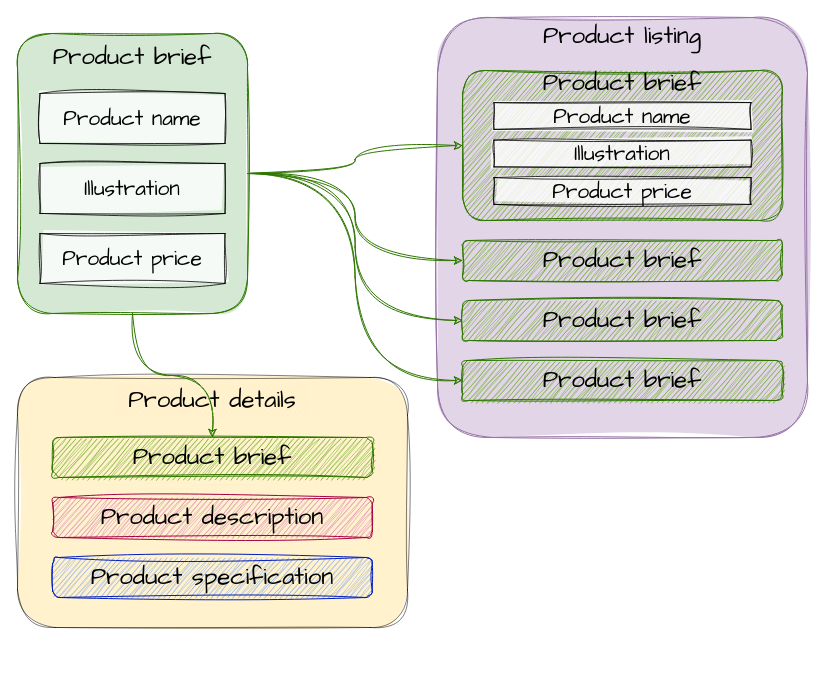
Earlier version of the draw.io diagram content_modeling/modular_content_product_info_example.drawio (Kontent-ai-Learn/kontent-ai-learn-diagrams). Source tidied: cells renumbered, new cells numbered last; positions are measured from the earlier drawing's top-left corner, leaving out a move shared by most shapes. Both pictures are drawn from the tidied source at 100%, with x=0, y=0 at pixel (17, 17).
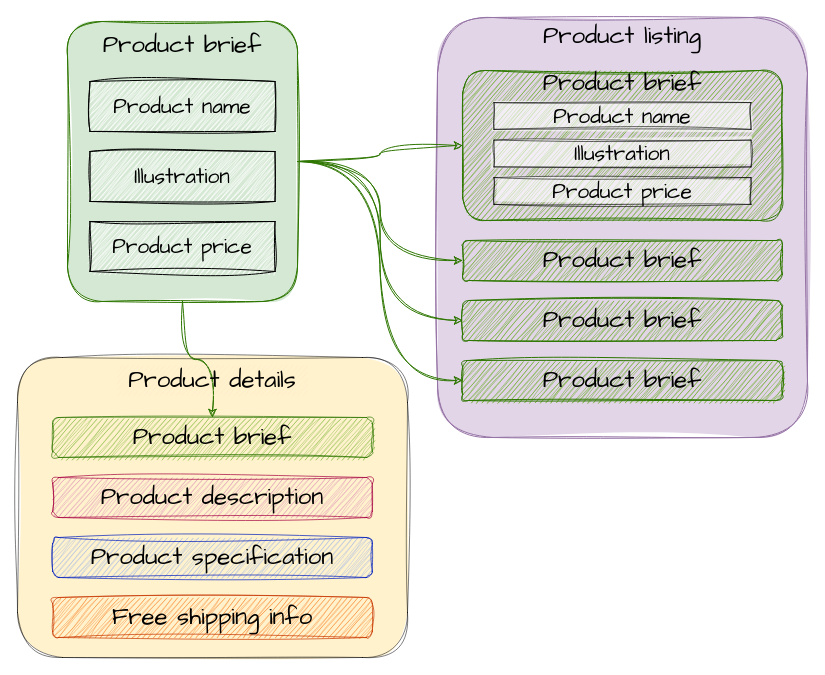
The same page after the edit.

The edit, as a diff of the source:
```diff
@@
     <mxCell id="2" style="rounded=1;whiteSpace=wrap;html=1;sketch=1;hachureGap=4;jiggle=2;fillStyle=solid;fontFamily=Architects Daughter;fontSize=24;fillColor=#FFE599;opacity=50;" parent="1" vertex="1">
-      <mxGeometry y="360" width="390" height="250" as="geometry" />
+      <mxGeometry y="340" width="390" height="300" as="geometry" />
     </mxCell>
@@
     <mxCell id="16" style="rounded=1;whiteSpace=wrap;html=1;sketch=1;hachureGap=4;jiggle=2;fontFamily=Architects Daughter;fontSize=20;fillColor=#D5E8D4;strokeColor=#2D7600;fontColor=#ffffff;fillStyle=solid;" parent="1" vertex="1">
-      <mxGeometry y="16" width="230" height="280" as="geometry" />
+      <mxGeometry x="50" y="4" width="230" height="280" as="geometry" />
     </mxCell>
     <mxCell id="17" value="Product brief" style="text;html=1;strokeColor=none;fillColor=none;align=center;verticalAlign=middle;whiteSpace=wrap;rounded=0;sketch=1;hachureGap=4;jiggle=2;fontFamily=Architects Daughter;fontSize=24;" parent="1" vertex="1">
-      <mxGeometry x="20" y="25" width="190" height="30" as="geometry" />
+      <mxGeometry x="70" y="13" width="190" height="30" as="geometry" />
     </mxCell>
-    <mxCell id="18" style="rounded=0;whiteSpace=wrap;html=1;sketch=1;hachureGap=4;jiggle=2;fontFamily=Architects Daughter;fontSize=24;fillColor=#FFFFFF;fillStyle=solid;opacity=80;" parent="1" vertex="1">
-      <mxGeometry x="22.5" y="76" width="185" height="50" as="geometry" />
+    <mxCell id="18" style="rounded=0;whiteSpace=wrap;html=1;sketch=1;hachureGap=4;jiggle=2;fontFamily=Architects Daughter;fontSize=24;fillColor=#FFFFFF;fillStyle=zigzag;strokeWidth=1;" parent="1" vertex="1">
+      <mxGeometry x="72.5" y="64" width="185" height="50" as="geometry" />
     </mxCell>
     <mxCell id="19" value="Product name" style="text;html=1;strokeColor=none;fillColor=none;align=center;verticalAlign=middle;whiteSpace=wrap;rounded=0;sketch=1;hachureGap=4;jiggle=2;fontFamily=Architects Daughter;fontSize=21;" parent="1" vertex="1">
-      <mxGeometry x="40" y="86" width="150" height="30" as="geometry" />
+      <mxGeometry x="90" y="74" width="150" height="30" as="geometry" />
     </mxCell>
-    <mxCell id="20" style="rounded=0;whiteSpace=wrap;html=1;sketch=1;hachureGap=4;jiggle=2;fontFamily=Architects Daughter;fontSize=24;fillColor=#FFFFFF;fillStyle=solid;opacity=80;" parent="1" vertex="1">
-      <mxGeometry x="22.5" y="146" width="185" height="50" as="geometry" />
+    <mxCell id="20" style="rounded=0;whiteSpace=wrap;html=1;sketch=1;hachureGap=4;jiggle=2;fontFamily=Architects Daughter;fontSize=24;fillColor=#FFFFFF;fillStyle=zigzag;strokeWidth=1;" parent="1" vertex="1">
+      <mxGeometry x="72.5" y="134" width="185" height="50" as="geometry" />
     </mxCell>
     <mxCell id="21" value="Illustration" style="text;html=1;strokeColor=none;fillColor=none;align=center;verticalAlign=middle;whiteSpace=wrap;rounded=0;sketch=1;hachureGap=4;jiggle=2;fontFamily=Architects Daughter;fontSize=21;" parent="1" vertex="1">
-      <mxGeometry x="40" y="156" width="150" height="30" as="geometry" />
+      <mxGeometry x="90" y="144" width="150" height="30" as="geometry" />
     </mxCell>
-    <mxCell id="22" style="rounded=0;whiteSpace=wrap;html=1;sketch=1;hachureGap=4;jiggle=2;fontFamily=Architects Daughter;fontSize=24;fillColor=#FFFFFF;fillStyle=solid;opacity=80;" parent="1" vertex="1">
-      <mxGeometry x="22.5" y="216" width="185" height="50" as="geometry" />
+    <mxCell id="22" style="rounded=0;whiteSpace=wrap;html=1;sketch=1;hachureGap=4;jiggle=2;fontFamily=Architects Daughter;fontSize=24;fillColor=#FFFFFF;fillStyle=zigzag;strokeWidth=1;" parent="1" vertex="1">
+      <mxGeometry x="72.5" y="204" width="185" height="50" as="geometry" />
     </mxCell>
     <mxCell id="23" value="Product price" style="text;html=1;strokeColor=none;fillColor=none;align=center;verticalAlign=middle;whiteSpace=wrap;rounded=0;sketch=1;hachureGap=4;jiggle=2;fontFamily=Architects Daughter;fontSize=21;" parent="1" vertex="1">
-      <mxGeometry x="40" y="226" width="150" height="30" as="geometry" />
+      <mxGeometry x="90" y="214" width="150" height="30" as="geometry" />
     </mxCell>
@@
-    <mxCell id="26" style="rounded=0;whiteSpace=wrap;html=1;sketch=1;hachureGap=4;jiggle=2;fontFamily=Architects Daughter;fontSize=24;fillColor=#FFFFFF;fillStyle=solid;opacity=80;" parent="1" vertex="1">
+    <mxCell id="26" style="rounded=0;whiteSpace=wrap;html=1;sketch=1;hachureGap=4;jiggle=2;fontFamily=Architects Daughter;fontSize=24;fillColor=#FFFFFF;fillStyle=solid;opacity=60;" parent="1" vertex="1">
       <mxGeometry x="476.5" y="85.1" width="257" height="26.8" as="geometry" />
     </mxCell>
@@
-    <mxCell id="28" style="rounded=0;whiteSpace=wrap;html=1;sketch=1;hachureGap=4;jiggle=2;fontFamily=Architects Daughter;fontSize=24;fillColor=#FFFFFF;fillStyle=solid;opacity=80;" parent="1" vertex="1">
+    <mxCell id="28" style="rounded=0;whiteSpace=wrap;html=1;sketch=1;hachureGap=4;jiggle=2;fontFamily=Architects Daughter;fontSize=24;fillColor=#FFFFFF;fillStyle=solid;opacity=60;" parent="1" vertex="1">
       <mxGeometry x="476.5" y="122.6" width="257" height="26.8" as="geometry" />
     </mxCell>
@@
-    <mxCell id="30" style="rounded=0;whiteSpace=wrap;html=1;sketch=1;hachureGap=4;jiggle=2;fontFamily=Architects Daughter;fontSize=24;fillColor=#FFFFFF;fillStyle=solid;opacity=80;" parent="1" vertex="1">
+    <mxCell id="30" style="rounded=0;whiteSpace=wrap;html=1;sketch=1;hachureGap=4;jiggle=2;fontFamily=Architects Daughter;fontSize=24;fillColor=#FFFFFF;fillStyle=solid;opacity=60;" parent="1" vertex="1">
       <mxGeometry x="476.5" y="160.1" width="257" height="26.8" as="geometry" />
     </mxCell>
@@
-    <mxCell id="32" style="rounded=1;whiteSpace=wrap;html=1;sketch=1;hachureGap=4;jiggle=2;fontFamily=Architects Daughter;fontSize=20;fillStyle=auto;fillColor=#60a917;strokeColor=#2D7600;fontColor=#ffffff;" parent="1" vertex="1">
-      <mxGeometry x="35.2" y="420" width="319.6" height="40" as="geometry" />
+    <mxCell id="32" style="rounded=1;whiteSpace=wrap;html=1;sketch=1;hachureGap=4;jiggle=2;fontFamily=Architects Daughter;fontSize=20;fillStyle=auto;fillColor=#60a917;strokeColor=#2D7600;fontColor=#ffffff;opacity=70;" parent="1" vertex="1">
+      <mxGeometry x="35.2" y="400" width="319.6" height="40" as="geometry" />
     </mxCell>
     <mxCell id="33" value="Product brief" style="text;html=1;strokeColor=none;fillColor=none;align=center;verticalAlign=middle;whiteSpace=wrap;rounded=0;sketch=1;hachureGap=4;jiggle=2;fontFamily=Architects Daughter;fontSize=24;" parent="1" vertex="1">
-      <mxGeometry x="63" y="432" width="264" height="16.1" as="geometry" />
+      <mxGeometry x="63" y="412" width="264" height="16.1" as="geometry" />
     </mxCell>
-    <mxCell id="34" style="rounded=1;whiteSpace=wrap;html=1;sketch=1;hachureGap=4;jiggle=2;fontFamily=Architects Daughter;fontSize=20;fillStyle=auto;fillColor=#D879B5;strokeColor=#A50040;fontColor=#ffffff;" parent="1" vertex="1">
-      <mxGeometry x="35.2" y="480" width="319.6" height="40" as="geometry" />
+    <mxCell id="34" style="rounded=1;whiteSpace=wrap;html=1;sketch=1;hachureGap=4;jiggle=2;fontFamily=Architects Daughter;fontSize=20;fillStyle=auto;fillColor=#D879B5;strokeColor=#A50040;fontColor=#ffffff;opacity=70;" parent="1" vertex="1">
+      <mxGeometry x="35.2" y="460" width="319.6" height="40" as="geometry" />
     </mxCell>
     <mxCell id="35" value="Product description" style="text;html=1;strokeColor=none;fillColor=none;align=center;verticalAlign=middle;whiteSpace=wrap;rounded=0;sketch=1;hachureGap=4;jiggle=2;fontFamily=Architects Daughter;fontSize=24;" parent="1" vertex="1">
-      <mxGeometry x="63" y="492" width="264" height="16.1" as="geometry" />
+      <mxGeometry x="63" y="472" width="264" height="16.1" as="geometry" />
     </mxCell>
-    <mxCell id="36" style="rounded=1;whiteSpace=wrap;html=1;sketch=1;hachureGap=4;jiggle=2;fontFamily=Architects Daughter;fontSize=20;fillStyle=auto;fillColor=#83A7EF;strokeColor=#001DBC;fontColor=#ffffff;" parent="1" vertex="1">
-      <mxGeometry x="35.2" y="540" width="319.6" height="40" as="geometry" />
+    <mxCell id="36" style="rounded=1;whiteSpace=wrap;html=1;sketch=1;hachureGap=4;jiggle=2;fontFamily=Architects Daughter;fontSize=20;fillStyle=auto;fillColor=#83A7EF;strokeColor=#001DBC;fontColor=#ffffff;opacity=70;" parent="1" vertex="1">
+      <mxGeometry x="35.2" y="520" width="319.6" height="40" as="geometry" />
     </mxCell>
     <mxCell id="37" value="Product specification" style="text;html=1;strokeColor=none;fillColor=none;align=center;verticalAlign=middle;whiteSpace=wrap;rounded=0;sketch=1;hachureGap=4;jiggle=2;fontFamily=Architects Daughter;fontSize=24;" parent="1" vertex="1">
-      <mxGeometry x="63" y="552" width="264" height="16.1" as="geometry" />
+      <mxGeometry x="63" y="532" width="264" height="16.1" as="geometry" />
     </mxCell>
     <mxCell id="38" value="Product details" style="text;html=1;strokeColor=none;fillColor=#FFE6CC;align=center;verticalAlign=middle;whiteSpace=wrap;rounded=0;sketch=1;hachureGap=4;jiggle=2;fontFamily=Architects Daughter;fontSize=24;opacity=60;" parent="1" vertex="1">
-      <mxGeometry x="100" y="368" width="190" height="30" as="geometry" />
+      <mxGeometry x="100" y="348" width="190" height="30" as="geometry" />
     </mxCell>
+    <mxCell id="39" style="rounded=1;whiteSpace=wrap;html=1;sketch=1;hachureGap=4;jiggle=2;fontFamily=Architects Daughter;fontSize=20;fillStyle=auto;fillColor=#fa6800;strokeColor=#C73500;fontColor=#000000;opacity=70;" parent="1" vertex="1">
+      <mxGeometry x="35.2" y="580" width="319.6" height="40" as="geometry" />
+    </mxCell>
+    <mxCell id="40" value="Free shipping info" style="text;html=1;strokeColor=none;fillColor=none;align=center;verticalAlign=middle;whiteSpace=wrap;rounded=0;sketch=1;hachureGap=4;jiggle=2;fontFamily=Architects Daughter;fontSize=24;" parent="1" vertex="1">
+      <mxGeometry x="63" y="592" width="264" height="16.1" as="geometry" />
+    </mxCell>
```
